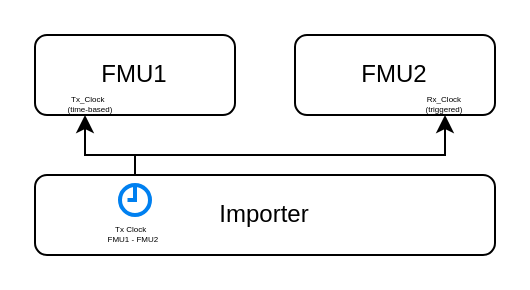
Above: docs/images/low_cut_time_based_port_connection.drawio in modelica/fmi-ls-bus (draw.io), before the change. Source tidied: cells renumbered, new cells numbered last; positions are measured from the earlier drawing's top-left corner, leaving out a move shared by most shapes. Both pictures are drawn from the tidied source at 200%, with x=0, y=0 at pixel (34, 34).
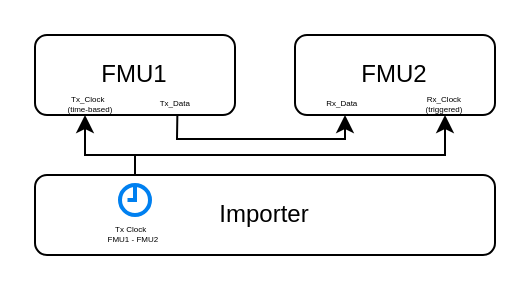
The same diagram, later.

Change to the diagram source:
```diff
@@
 <mxGraphModel>
   <root>
     <mxCell id="0" />
     <mxCell id="1" parent="0" />
     <mxCell id="2" value="Importer" style="rounded=1;whiteSpace=wrap;html=1;" parent="1" vertex="1">
       <mxGeometry y="70" width="230" height="40" as="geometry" />
     </mxCell>
     <mxCell id="3" value="FMU1" style="rounded=1;whiteSpace=wrap;html=1;" parent="1" vertex="1">
       <mxGeometry width="100" height="40" as="geometry" />
     </mxCell>
     <mxCell id="4" value="FMU2" style="rounded=1;whiteSpace=wrap;html=1;" parent="1" vertex="1">
       <mxGeometry x="130" width="100" height="40" as="geometry" />
     </mxCell>
     <mxCell id="5" style="edgeStyle=orthogonalEdgeStyle;rounded=0;jettySize=auto;html=1;" parent="1" edge="1" source="2">
       <mxGeometry relative="1" as="geometry">
         <mxPoint x="25" y="40" as="targetPoint" />
         <Array as="points">
           <mxPoint x="50" y="60" />
           <mxPoint x="25" y="60" />
         </Array>
       </mxGeometry>
     </mxCell>
     <mxCell id="6" value="Tx_Clock&amp;nbsp;&amp;nbsp;&lt;br&gt;(time-based)" style="text;html=1;strokeColor=none;fillColor=none;align=center;verticalAlign=middle;whiteSpace=wrap;rounded=0;fontSize=4;" parent="1" vertex="1">
       <mxGeometry x="12.5" y="30" width="30" height="10" as="geometry" />
     </mxCell>
     <mxCell id="7" value="Rx_Clock&lt;br&gt;(triggered)" style="text;html=1;strokeColor=none;fillColor=none;align=center;verticalAlign=middle;whiteSpace=wrap;rounded=0;fontSize=4;" parent="1" vertex="1">
       <mxGeometry x="190" y="30" width="30" height="10" as="geometry" />
     </mxCell>
     <mxCell id="8" value="Tx Clock&amp;nbsp; &amp;nbsp;&lt;br&gt;FMU1 - FMU2&amp;nbsp;" style="text;html=1;strokeColor=none;fillColor=none;align=center;verticalAlign=middle;whiteSpace=wrap;rounded=0;fontSize=4;rotation=0;" parent="1" vertex="1">
       <mxGeometry x="35" y="95" width="30" height="10" as="geometry" />
     </mxCell>
     <mxCell id="9" style="html=1;verticalLabelPosition=bottom;align=center;labelBackgroundColor=#ffffff;verticalAlign=top;strokeWidth=2;strokeColor=#0080F0;shadow=0;dashed=0;shape=mxgraph.ios7.icons.clock;" parent="1" vertex="1">
       <mxGeometry x="42.5" y="75" width="15" height="15" as="geometry" />
     </mxCell>
     <mxCell id="10" style="endArrow=classic;html=1;rounded=0;entryX=0.5;entryY=1;entryDx=0;entryDy=0;" parent="1" edge="1" target="7">
       <mxGeometry relative="1" as="geometry">
         <mxPoint x="50" y="60" as="sourcePoint" />
         <Array as="points">
           <mxPoint x="205" y="60" />
         </Array>
       </mxGeometry>
     </mxCell>
+    <mxCell id="11" value="Tx_Data&amp;nbsp;&amp;nbsp;" style="text;html=1;strokeColor=none;fillColor=none;align=center;verticalAlign=middle;whiteSpace=wrap;rounded=0;fontSize=4;" parent="1" vertex="1">
+      <mxGeometry x="60" y="30" width="22.5" height="10" as="geometry" />
+    </mxCell>
+    <mxCell id="12" value="Rx_Data&amp;nbsp;&amp;nbsp;" style="text;html=1;strokeColor=none;fillColor=none;align=center;verticalAlign=middle;whiteSpace=wrap;rounded=0;fontSize=4;" parent="1" vertex="1">
+      <mxGeometry x="140" y="30" width="30" height="10" as="geometry" />
+    </mxCell>
+    <mxCell id="13" style="endArrow=classic;html=1;rounded=0;entryX=0.5;entryY=1;entryDx=0;entryDy=0;" parent="1" edge="1" source="11" target="12">
+      <mxGeometry relative="1" as="geometry">
+        <Array as="points">
+          <mxPoint x="71" y="52" />
+          <mxPoint x="113" y="52" />
+          <mxPoint x="155" y="52" />
+        </Array>
+      </mxGeometry>
+    </mxCell>
   </root>
 </mxGraphModel>
```
